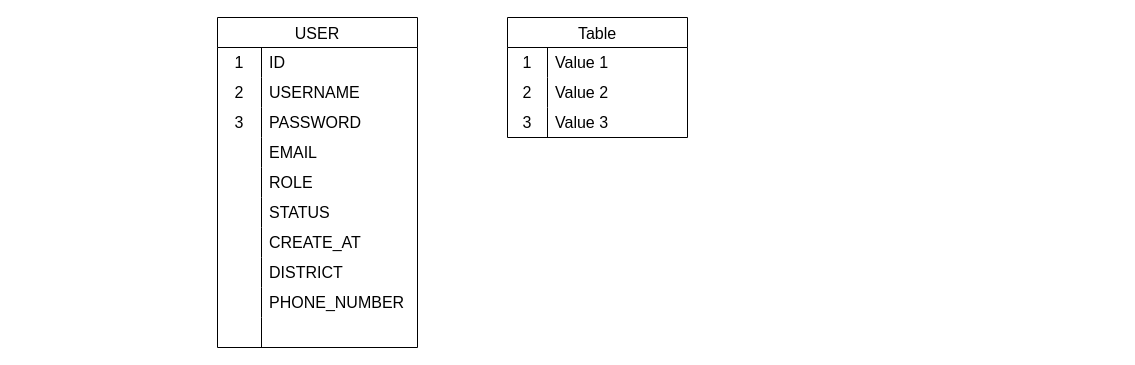
Thachbn285/online-learning-platform keeps this draw.io diagram as ERD.drawio. Above is the earlier version. Source tidied: cells renumbered, new cells numbered last; positions are measured from the earlier drawing's top-left corner, leaving out a move shared by most shapes. Both pictures are drawn from the tidied source at 100%, with x=0, y=0 at pixel (217, 17).
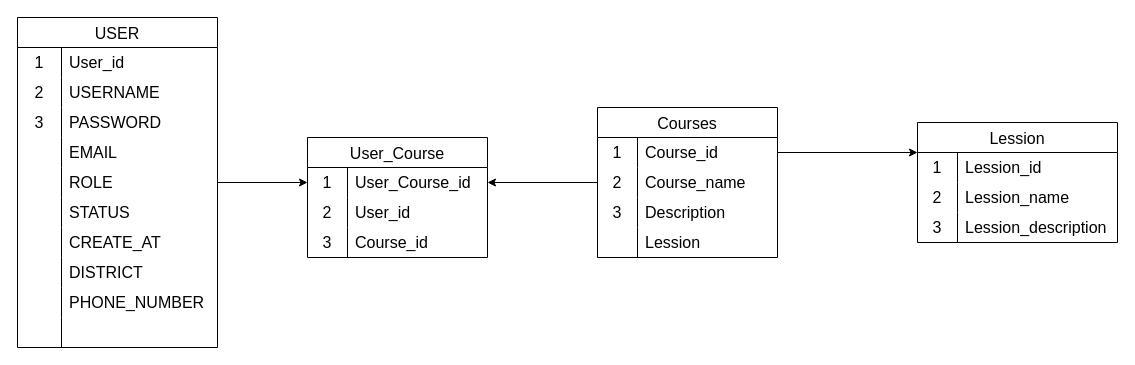
Above is the later version.

Unchanged cells that the change refers to:
```xml
<mxCell id="3" style="shape=tableRow;horizontal=0;startSize=0;swimlaneHead=0;swimlaneBody=0;top=0;left=0;bottom=0;right=0;fillColor=none;strokeColor=inherit;fontSize=16;" parent="2" vertex="1">
  <mxGeometry y="30" width="200" height="30" as="geometry" />
</mxCell>
<mxCell id="15" style="shape=tableRow;horizontal=0;startSize=0;swimlaneHead=0;swimlaneBody=0;top=0;left=0;bottom=0;right=0;fillColor=none;points=[[0,0.5],[1,0.5]];portConstraint=eastwest;strokeColor=inherit;fontSize=16;" parent="2" vertex="1">
  <mxGeometry y="150" width="200" height="30" as="geometry" />
</mxCell>
<mxCell id="34" style="shape=tableRow;horizontal=0;startSize=0;swimlaneHead=0;swimlaneBody=0;top=0;left=0;bottom=0;right=0;fillColor=none;points=[[0,0.5],[1,0.5]];portConstraint=eastwest;strokeColor=inherit;fontSize=16;" parent="33" vertex="1">
  <mxGeometry y="30" width="180" height="30" as="geometry" />
</mxCell>
<mxCell id="37" style="shape=tableRow;horizontal=0;startSize=0;swimlaneHead=0;swimlaneBody=0;top=0;left=0;bottom=0;right=0;fillColor=none;points=[[0,0.5],[1,0.5]];portConstraint=eastwest;strokeColor=inherit;fontSize=16;" parent="33" vertex="1">
  <mxGeometry y="60" width="180" height="30" as="geometry" />
</mxCell>
<mxCell id="40" style="shape=tableRow;horizontal=0;startSize=0;swimlaneHead=0;swimlaneBody=0;top=0;left=0;bottom=0;right=0;fillColor=none;strokeColor=inherit;fontSize=16;" parent="33" vertex="1">
  <mxGeometry y="90" width="180" height="30" as="geometry" />
</mxCell>
```

The edit, as a diff of the source:
```diff
@@
     <mxCell id="2" value="USER" style="shape=table;startSize=30;childLayout=tableLayout;rowLines=0;fontStyle=0;strokeColor=default;fontSize=16;" parent="1" vertex="1">
-      <mxGeometry width="200" height="330" as="geometry" />
+      <mxGeometry x="-200" width="200" height="330" as="geometry" />
     </mxCell>
@@
-    <mxCell id="5" value="ID" style="shape=partialRectangle;html=1;whiteSpace=wrap;fillColor=none;top=0;left=0;bottom=0;right=0;align=left;spacingLeft=6;overflow=hidden;strokeColor=inherit;fontSize=16;" parent="3" vertex="1">
+    <mxCell id="5" value="User_id" style="shape=partialRectangle;html=1;whiteSpace=wrap;fillColor=none;top=0;left=0;bottom=0;right=0;align=left;spacingLeft=6;overflow=hidden;strokeColor=inherit;fontSize=16;" parent="3" vertex="1">
       <mxGeometry x="44" width="156" height="30" as="geometry" />
     </mxCell>
@@
-    <mxCell id="33" value="Table" style="shape=table;startSize=30;childLayout=tableLayout;rowLines=0;fontStyle=0;strokeColor=default;fontSize=16;" parent="1" vertex="1">
-      <mxGeometry x="290" width="180" height="120" as="geometry" />
+    <mxCell id="33" value="Courses" style="shape=table;startSize=30;childLayout=tableLayout;rowLines=0;fontStyle=0;strokeColor=default;fontSize=16;" parent="1" vertex="1">
+      <mxGeometry x="380" y="90" width="180" height="150" as="geometry" />
     </mxCell>
@@
-    <mxCell id="36" value="Value 1" style="shape=partialRectangle;html=1;whiteSpace=wrap;fillColor=none;top=0;left=0;bottom=0;right=0;align=left;spacingLeft=6;overflow=hidden;strokeColor=inherit;fontSize=16;" parent="34" vertex="1">
+    <mxCell id="36" value="Course_id" style="shape=partialRectangle;html=1;whiteSpace=wrap;fillColor=none;top=0;left=0;bottom=0;right=0;align=left;spacingLeft=6;overflow=hidden;strokeColor=inherit;fontSize=16;" parent="34" vertex="1">
       <mxGeometry x="40" width="140" height="30" as="geometry" />
     </mxCell>
@@
-    <mxCell id="39" value="Value 2" style="shape=partialRectangle;html=1;whiteSpace=wrap;fillColor=none;top=0;left=0;bottom=0;right=0;align=left;spacingLeft=6;overflow=hidden;strokeColor=inherit;fontSize=16;" parent="37" vertex="1">
+    <mxCell id="39" value="Course_name" style="shape=partialRectangle;html=1;whiteSpace=wrap;fillColor=none;top=0;left=0;bottom=0;right=0;align=left;spacingLeft=6;overflow=hidden;strokeColor=inherit;fontSize=16;" parent="37" vertex="1">
       <mxGeometry x="40" width="140" height="30" as="geometry" />
     </mxCell>
@@
-    <mxCell id="42" value="Value 3" style="shape=partialRectangle;html=1;whiteSpace=wrap;fillColor=none;top=0;left=0;bottom=0;right=0;align=left;spacingLeft=6;overflow=hidden;strokeColor=inherit;fontSize=16;" parent="40" vertex="1">
+    <mxCell id="42" value="Description" style="shape=partialRectangle;html=1;whiteSpace=wrap;fillColor=none;top=0;left=0;bottom=0;right=0;align=left;spacingLeft=6;overflow=hidden;strokeColor=inherit;fontSize=16;" parent="40" vertex="1">
       <mxGeometry x="40" width="140" height="30" as="geometry" />
     </mxCell>
+    <mxCell id="43" style="shape=tableRow;horizontal=0;startSize=0;swimlaneHead=0;swimlaneBody=0;top=0;left=0;bottom=0;right=0;fillColor=none;strokeColor=inherit;fontSize=16;" parent="33" vertex="1">
+      <mxGeometry y="120" width="180" height="30" as="geometry" />
+    </mxCell>
+    <mxCell id="44" style="shape=partialRectangle;html=1;whiteSpace=wrap;fillColor=none;top=0;left=0;bottom=0;right=0;overflow=hidden;strokeColor=inherit;fontSize=16;" parent="43" vertex="1">
+      <mxGeometry width="40" height="30" as="geometry" />
+    </mxCell>
+    <mxCell id="45" value="Lession" style="shape=partialRectangle;html=1;whiteSpace=wrap;fillColor=none;top=0;left=0;bottom=0;right=0;align=left;spacingLeft=6;overflow=hidden;strokeColor=inherit;fontSize=16;" parent="43" vertex="1">
+      <mxGeometry x="40" width="140" height="30" as="geometry" />
+    </mxCell>
+    <mxCell id="46" value="User_Course" style="shape=table;startSize=30;childLayout=tableLayout;rowLines=0;fontStyle=0;strokeColor=default;fontSize=16;" parent="1" vertex="1">
+      <mxGeometry x="90" y="120" width="180" height="120" as="geometry" />
+    </mxCell>
+    <mxCell id="47" style="shape=tableRow;horizontal=0;startSize=0;swimlaneHead=0;swimlaneBody=0;top=0;left=0;bottom=0;right=0;fillColor=none;points=[[0,0.5],[1,0.5]];portConstraint=eastwest;strokeColor=inherit;fontSize=16;" parent="46" vertex="1">
+      <mxGeometry y="30" width="180" height="30" as="geometry" />
+    </mxCell>
+    <mxCell id="48" value="1" style="shape=partialRectangle;html=1;whiteSpace=wrap;fillColor=none;top=0;left=0;bottom=0;right=0;overflow=hidden;strokeColor=inherit;fontSize=16;" parent="47" vertex="1">
+      <mxGeometry width="40" height="30" as="geometry" />
+    </mxCell>
+    <mxCell id="49" value="User_Course_id" style="shape=partialRectangle;html=1;whiteSpace=wrap;fillColor=none;top=0;left=0;bottom=0;right=0;align=left;spacingLeft=6;overflow=hidden;strokeColor=inherit;fontSize=16;" parent="47" vertex="1">
+      <mxGeometry x="40" width="140" height="30" as="geometry" />
+    </mxCell>
+    <mxCell id="50" style="shape=tableRow;horizontal=0;startSize=0;swimlaneHead=0;swimlaneBody=0;top=0;left=0;bottom=0;right=0;fillColor=none;strokeColor=inherit;fontSize=16;" parent="46" vertex="1">
+      <mxGeometry y="60" width="180" height="30" as="geometry" />
+    </mxCell>
+    <mxCell id="51" value="2" style="shape=partialRectangle;html=1;whiteSpace=wrap;fillColor=none;top=0;left=0;bottom=0;right=0;overflow=hidden;strokeColor=inherit;fontSize=16;" parent="50" vertex="1">
+      <mxGeometry width="40" height="30" as="geometry" />
+    </mxCell>
+    <mxCell id="52" value="User_id" style="shape=partialRectangle;html=1;whiteSpace=wrap;fillColor=none;top=0;left=0;bottom=0;right=0;align=left;spacingLeft=6;overflow=hidden;strokeColor=inherit;fontSize=16;" parent="50" vertex="1">
+      <mxGeometry x="40" width="140" height="30" as="geometry" />
+    </mxCell>
+    <mxCell id="53" style="shape=tableRow;horizontal=0;startSize=0;swimlaneHead=0;swimlaneBody=0;top=0;left=0;bottom=0;right=0;fillColor=none;strokeColor=inherit;fontSize=16;" parent="46" vertex="1">
+      <mxGeometry y="90" width="180" height="30" as="geometry" />
+    </mxCell>
+    <mxCell id="54" value="3" style="shape=partialRectangle;html=1;whiteSpace=wrap;fillColor=none;top=0;left=0;bottom=0;right=0;overflow=hidden;strokeColor=inherit;fontSize=16;" parent="53" vertex="1">
+      <mxGeometry width="40" height="30" as="geometry" />
+    </mxCell>
+    <mxCell id="55" value="Course_id" style="shape=partialRectangle;html=1;whiteSpace=wrap;fillColor=none;top=0;left=0;bottom=0;right=0;align=left;spacingLeft=6;overflow=hidden;strokeColor=inherit;fontSize=16;" parent="53" vertex="1">
+      <mxGeometry x="40" width="140" height="30" as="geometry" />
+    </mxCell>
+    <mxCell id="56" style="endArrow=classic;html=1;exitX=1;exitY=0.5;exitDx=0;exitDy=0;entryX=0;entryY=0.5;entryDx=0;entryDy=0;" parent="1" edge="1" source="15" target="47">
+      <mxGeometry relative="1" as="geometry" />
+    </mxCell>
+    <mxCell id="57" style="endArrow=classic;html=1;entryX=1;entryY=0.5;entryDx=0;entryDy=0;exitX=0;exitY=0.5;exitDx=0;exitDy=0;" parent="1" edge="1" source="37" target="47">
+      <mxGeometry relative="1" as="geometry" />
+    </mxCell>
+    <mxCell id="58" value="Lession" style="shape=table;startSize=30;childLayout=tableLayout;rowLines=0;fontStyle=0;strokeColor=default;fontSize=16;" parent="1" vertex="1">
+      <mxGeometry x="700" y="105" width="200" height="120" as="geometry" />
+    </mxCell>
+    <mxCell id="59" style="shape=tableRow;horizontal=0;startSize=0;swimlaneHead=0;swimlaneBody=0;top=0;left=0;bottom=0;right=0;fillColor=none;strokeColor=inherit;fontSize=16;" parent="58" vertex="1">
+      <mxGeometry y="30" width="200" height="30" as="geometry" />
+    </mxCell>
+    <mxCell id="60" value="1" style="shape=partialRectangle;html=1;whiteSpace=wrap;fillColor=none;top=0;left=0;bottom=0;right=0;overflow=hidden;strokeColor=inherit;fontSize=16;" parent="59" vertex="1">
+      <mxGeometry width="40" height="30" as="geometry" />
+    </mxCell>
+    <mxCell id="61" value="Lession_id" style="shape=partialRectangle;html=1;whiteSpace=wrap;fillColor=none;top=0;left=0;bottom=0;right=0;align=left;spacingLeft=6;overflow=hidden;strokeColor=inherit;fontSize=16;" parent="59" vertex="1">
+      <mxGeometry x="40" width="160" height="30" as="geometry" />
+    </mxCell>
+    <mxCell id="62" style="shape=tableRow;horizontal=0;startSize=0;swimlaneHead=0;swimlaneBody=0;top=0;left=0;bottom=0;right=0;fillColor=none;strokeColor=inherit;fontSize=16;" parent="58" vertex="1">
+      <mxGeometry y="60" width="200" height="30" as="geometry" />
+    </mxCell>
+    <mxCell id="63" value="2" style="shape=partialRectangle;html=1;whiteSpace=wrap;fillColor=none;top=0;left=0;bottom=0;right=0;overflow=hidden;strokeColor=inherit;fontSize=16;" parent="62" vertex="1">
+      <mxGeometry width="40" height="30" as="geometry" />
+    </mxCell>
+    <mxCell id="64" value="Lession_name" style="shape=partialRectangle;html=1;whiteSpace=wrap;fillColor=none;top=0;left=0;bottom=0;right=0;align=left;spacingLeft=6;overflow=hidden;strokeColor=inherit;fontSize=16;" parent="62" vertex="1">
+      <mxGeometry x="40" width="160" height="30" as="geometry" />
+    </mxCell>
+    <mxCell id="65" style="shape=tableRow;horizontal=0;startSize=0;swimlaneHead=0;swimlaneBody=0;top=0;left=0;bottom=0;right=0;fillColor=none;strokeColor=inherit;fontSize=16;" parent="58" vertex="1">
+      <mxGeometry y="90" width="200" height="30" as="geometry" />
+    </mxCell>
+    <mxCell id="66" value="3" style="shape=partialRectangle;html=1;whiteSpace=wrap;fillColor=none;top=0;left=0;bottom=0;right=0;overflow=hidden;strokeColor=inherit;fontSize=16;" parent="65" vertex="1">
+      <mxGeometry width="40" height="30" as="geometry" />
+    </mxCell>
+    <mxCell id="67" value="Lession_description" style="shape=partialRectangle;html=1;whiteSpace=wrap;fillColor=none;top=0;left=0;bottom=0;right=0;align=left;spacingLeft=6;overflow=hidden;strokeColor=inherit;fontSize=16;" parent="65" vertex="1">
+      <mxGeometry x="40" width="160" height="30" as="geometry" />
+    </mxCell>
+    <mxCell id="68" style="endArrow=classic;html=1;exitX=1;exitY=0.5;exitDx=0;exitDy=0;entryX=0;entryY=0.25;entryDx=0;entryDy=0;" parent="1" edge="1" source="34" target="58">
+      <mxGeometry relative="1" as="geometry" />
+    </mxCell>
```
